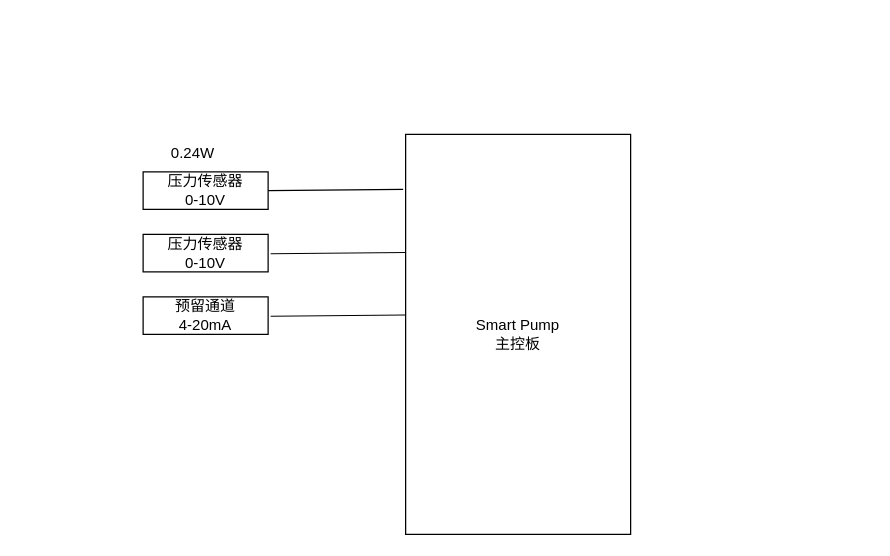
The draw.io diagram smart_pump_hardware_arch.drawio in xuhui-toehold/drawings, before the edit. Source tidied: cells renumbered, new cells numbered last; positions are measured from the earlier drawing's top-left corner, leaving out a move shared by most shapes. Both pictures are drawn from the tidied source at 125%, with x=0, y=0 at pixel (142, 134).
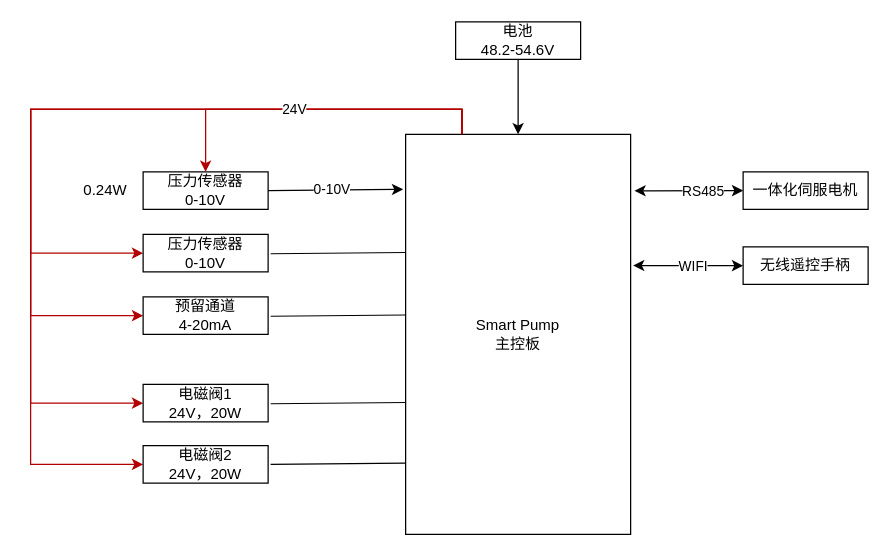
The same diagram, later.

The change refers to these unchanged cells:
```xml
<mxCell id="2" value="Smart Pump&lt;div&gt;主控板&lt;/div&gt;" style="rounded=0;whiteSpace=wrap;html=1;" parent="1" vertex="1">
  <mxGeometry x="210" width="180" height="320" as="geometry" />
</mxCell>
<mxCell id="3" value="压力传感器&lt;div&gt;0-10V&lt;/div&gt;" style="rounded=0;whiteSpace=wrap;html=1;" parent="1" vertex="1">
  <mxGeometry y="30" width="100" height="30" as="geometry" />
</mxCell>
<mxCell id="4" value="压力传感器&lt;div&gt;0-10V&lt;/div&gt;" style="rounded=0;whiteSpace=wrap;html=1;" parent="1" vertex="1">
  <mxGeometry y="80" width="100" height="30" as="geometry" />
</mxCell>
<mxCell id="5" value="预留通道&lt;div&gt;&lt;span style=&quot;background-color: transparent; color: light-dark(rgb(0, 0, 0), rgb(255, 255, 255));&quot;&gt;4-20mA&lt;/span&gt;&lt;/div&gt;" style="rounded=0;whiteSpace=wrap;html=1;" parent="1" vertex="1">
  <mxGeometry y="130" width="100" height="30" as="geometry" />
</mxCell>
```

What changed in the source:
```diff
@@
+    <mxCell id="10" style="edgeStyle=orthogonalEdgeStyle;rounded=0;jettySize=auto;html=1;exitX=0.25;exitY=0;exitDx=0;exitDy=0;entryX=0;entryY=0.5;entryDx=0;entryDy=0;fillColor=#e51400;strokeColor=#B20000;" parent="1" edge="1" source="2" target="4">
+      <mxGeometry relative="1" as="geometry">
+        <Array as="points">
+          <mxPoint x="255" y="-20" />
+          <mxPoint x="-90" y="-20" />
+          <mxPoint x="-90" y="95" />
+        </Array>
+      </mxGeometry>
+    </mxCell>
+    <mxCell id="11" style="edgeStyle=orthogonalEdgeStyle;rounded=0;jettySize=auto;html=1;exitX=0.25;exitY=0;exitDx=0;exitDy=0;entryX=0;entryY=0.5;entryDx=0;entryDy=0;fillColor=#e51400;strokeColor=#B20000;" parent="1" edge="1" source="2" target="5">
+      <mxGeometry relative="1" as="geometry">
+        <Array as="points">
+          <mxPoint x="255" y="-20" />
+          <mxPoint x="-90" y="-20" />
+          <mxPoint x="-90" y="145" />
+        </Array>
+      </mxGeometry>
+    </mxCell>
+    <mxCell id="12" style="edgeStyle=orthogonalEdgeStyle;rounded=0;jettySize=auto;html=1;exitX=0.25;exitY=0;exitDx=0;exitDy=0;entryX=0;entryY=0.5;entryDx=0;entryDy=0;fillColor=#e51400;strokeColor=#B20000;" parent="1" edge="1" source="2" target="15">
+      <mxGeometry relative="1" as="geometry">
+        <Array as="points">
+          <mxPoint x="255" y="-20" />
+          <mxPoint x="-90" y="-20" />
+          <mxPoint x="-90" y="215" />
+        </Array>
+      </mxGeometry>
+    </mxCell>
+    <mxCell id="13" style="edgeStyle=orthogonalEdgeStyle;rounded=0;jettySize=auto;html=1;exitX=0.25;exitY=0;exitDx=0;exitDy=0;entryX=0;entryY=0.5;entryDx=0;entryDy=0;fillColor=#e51400;strokeColor=#B20000;" parent="1" edge="1" source="2" target="16">
+      <mxGeometry relative="1" as="geometry">
+        <Array as="points">
+          <mxPoint x="255" y="-20" />
+          <mxPoint x="-90" y="-20" />
+          <mxPoint x="-90" y="264" />
+        </Array>
+      </mxGeometry>
+    </mxCell>
@@
-    <mxCell id="6" style="endArrow=none;html=1;rounded=0;exitX=1;exitY=0.5;exitDx=0;exitDy=0;" parent="1" edge="1" source="3">
+    <mxCell id="6" style="endArrow=classic;html=1;rounded=0;exitX=1;exitY=0.5;exitDx=0;exitDy=0;startArrow=none;startFill=0;endFill=1;" parent="1" edge="1" source="3">
       <mxGeometry relative="1" as="geometry">
         <mxPoint x="208" y="44" as="targetPoint" />
       </mxGeometry>
     </mxCell>
+    <mxCell id="14" value="0-10V" style="edgeLabel;html=1;align=center;verticalAlign=middle;" parent="6" vertex="1">
+      <mxGeometry x="-0.06" y="1" relative="1" as="geometry" />
+    </mxCell>
@@
     <mxCell id="9" value="0.24W" style="text;html=1;align=center;verticalAlign=middle;whiteSpace=wrap;rounded=0;" parent="1" vertex="1">
-      <mxGeometry x="10" width="60" height="30" as="geometry" />
+      <mxGeometry x="-60" y="30" width="60" height="30" as="geometry" />
     </mxCell>
+    <mxCell id="15" value="电磁阀1&lt;div&gt;24V，20W&lt;/div&gt;" style="rounded=0;whiteSpace=wrap;html=1;" parent="1" vertex="1">
+      <mxGeometry y="200" width="100" height="30" as="geometry" />
+    </mxCell>
+    <mxCell id="16" value="电磁阀2&lt;div&gt;24V，20W&lt;/div&gt;" style="rounded=0;whiteSpace=wrap;html=1;" parent="1" vertex="1">
+      <mxGeometry y="249" width="100" height="30" as="geometry" />
+    </mxCell>
+    <mxCell id="17" style="endArrow=none;html=1;rounded=0;exitX=1;exitY=0.5;exitDx=0;exitDy=0;" parent="1" edge="1">
+      <mxGeometry relative="1" as="geometry">
+        <mxPoint x="102" y="215.5" as="sourcePoint" />
+        <mxPoint x="210" y="214.5" as="targetPoint" />
+      </mxGeometry>
+    </mxCell>
+    <mxCell id="18" style="endArrow=none;html=1;rounded=0;exitX=1;exitY=0.5;exitDx=0;exitDy=0;" parent="1" edge="1">
+      <mxGeometry relative="1" as="geometry">
+        <mxPoint x="102" y="264" as="sourcePoint" />
+        <mxPoint x="210" y="263" as="targetPoint" />
+      </mxGeometry>
+    </mxCell>
+    <mxCell id="19" value="一体化伺服电机" style="rounded=0;whiteSpace=wrap;html=1;" parent="1" vertex="1">
+      <mxGeometry x="480" y="30" width="100" height="30" as="geometry" />
+    </mxCell>
+    <mxCell id="20" style="endArrow=classic;startArrow=classic;html=1;rounded=0;exitX=1.017;exitY=0.141;exitDx=0;exitDy=0;exitPerimeter=0;entryX=0;entryY=0.5;entryDx=0;entryDy=0;" parent="1" edge="1" source="2" target="19">
+      <mxGeometry relative="1" as="geometry" />
+    </mxCell>
+    <mxCell id="21" value="RS485" style="edgeLabel;html=1;align=center;verticalAlign=middle;" parent="20" vertex="1">
+      <mxGeometry x="0.24" relative="1" as="geometry" />
+    </mxCell>
+    <mxCell id="22" value="无线遥控手柄" style="rounded=0;whiteSpace=wrap;html=1;" parent="1" vertex="1">
+      <mxGeometry x="480" y="90" width="100" height="30" as="geometry" />
+    </mxCell>
+    <mxCell id="23" style="edgeStyle=orthogonalEdgeStyle;rounded=0;jettySize=auto;html=1;exitX=0;exitY=0.5;exitDx=0;exitDy=0;entryX=1.011;entryY=0.328;entryDx=0;entryDy=0;entryPerimeter=0;startArrow=classic;startFill=1;" parent="1" edge="1" source="22" target="2">
+      <mxGeometry relative="1" as="geometry" />
+    </mxCell>
+    <mxCell id="24" value="WIFI" style="edgeLabel;html=1;align=center;verticalAlign=middle;" parent="23" vertex="1">
+      <mxGeometry x="-0.09" y="1" relative="1" as="geometry" />
+    </mxCell>
+    <mxCell id="25" style="edgeStyle=orthogonalEdgeStyle;rounded=0;jettySize=auto;html=1;exitX=0.5;exitY=1;exitDx=0;exitDy=0;entryX=0.5;entryY=0;entryDx=0;entryDy=0;" parent="1" edge="1" source="26" target="2">
+      <mxGeometry relative="1" as="geometry" />
+    </mxCell>
+    <mxCell id="26" value="电池&lt;div&gt;48.2-54.6V&lt;/div&gt;" style="rounded=0;whiteSpace=wrap;html=1;" parent="1" vertex="1">
+      <mxGeometry x="250" y="-90" width="100" height="30" as="geometry" />
+    </mxCell>
+    <mxCell id="27" style="edgeStyle=orthogonalEdgeStyle;rounded=0;jettySize=auto;html=1;exitX=0.25;exitY=0;exitDx=0;exitDy=0;entryX=0.5;entryY=0;entryDx=0;entryDy=0;fillColor=#e51400;strokeColor=#B20000;" parent="1" edge="1" source="2" target="3">
+      <mxGeometry relative="1" as="geometry" />
+    </mxCell>
+    <mxCell id="28" value="24V" style="edgeLabel;html=1;align=center;verticalAlign=middle;" parent="27" vertex="1">
+      <mxGeometry x="0.13" y="-1" relative="1" as="geometry" />
+    </mxCell>
```
